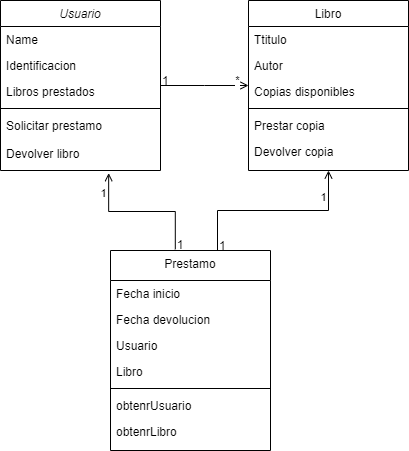
The draw.io diagram Biblioteca.drawio.png in AgustinaFontana/1prueba, before a commit. Source tidied: cells renumbered, new cells last; positions are measured from the earlier drawing's top-left corner, leaving out a move shared by most shapes.
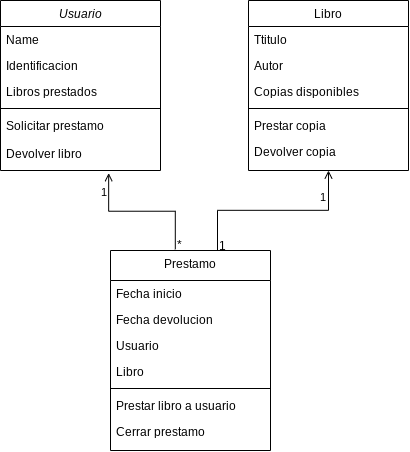
Later version of the same file.

The edit, as a diff of the source:
```diff
@@ -41,12 +41,12 @@
     <mxCell id="14" style="line;html=1;strokeWidth=1;align=left;verticalAlign=middle;spacingTop=-1;spacingLeft=3;spacingRight=3;labelPosition=right;" parent="9" vertex="1">
       <mxGeometry y="134" width="160" height="8" as="geometry" />
     </mxCell>
-    <mxCell id="15" value="obtenrUsuario" style="text;align=left;verticalAlign=top;spacingLeft=4;spacingRight=4;overflow=hidden;rounded=0;shadow=0;html=0;" parent="9" vertex="1">
-      <mxGeometry y="142" width="160" height="26" as="geometry" />
-    </mxCell>
-    <mxCell id="16" value="obtenrLibro" style="text;align=left;verticalAlign=top;spacingLeft=4;spacingRight=4;overflow=hidden;rounded=0;shadow=0;html=0;" parent="9" vertex="1">
-      <mxGeometry y="168" width="160" height="26" as="geometry" />
+    <mxCell id="16" value="Prestar libro a usuario" style="text;align=left;verticalAlign=top;spacingLeft=4;spacingRight=4;overflow=hidden;rounded=0;shadow=0;html=0;" parent="9" vertex="1">
+      <mxGeometry y="142" width="160" height="26" as="geometry" />
     </mxCell>
+    <mxCell id="33" value="Cerrar prestamo" style="text;align=left;verticalAlign=top;spacingLeft=4;spacingRight=4;overflow=hidden;rounded=0;shadow=0;html=0;" parent="9" vertex="1">
+      <mxGeometry y="168" width="160" height="30" as="geometry" />
+    </mxCell>
     <mxCell id="17" value="Libro" style="swimlane;fontStyle=0;align=center;verticalAlign=top;horizontal=1;startSize=26;rounded=0;shadow=0;strokeWidth=1;" parent="1" vertex="1">
       <mxGeometry x="248" width="160" height="170" as="geometry" />
     </mxCell>
@@ -68,25 +68,12 @@
     <mxCell id="23" value="Devolver copia" style="text;align=left;verticalAlign=top;spacingLeft=4;spacingRight=4;overflow=hidden;" parent="17" vertex="1">
       <mxGeometry y="138" width="160" height="26" as="geometry" />
     </mxCell>
-    <mxCell id="24" style="endArrow=open;shadow=0;strokeWidth=1;rounded=0;endFill=1;edgeStyle=elbowEdgeStyle;elbow=vertical;" parent="1" edge="1" source="2" target="17">
-      <mxGeometry x="0.5" y="41" relative="1" as="geometry">
-        <mxPoint x="-40" y="32" as="offset" />
-      </mxGeometry>
-    </mxCell>
-    <mxCell id="25" value="1" style="align=left;verticalAlign=bottom;labelBackgroundColor=none;fontSize=12;" parent="24" vertex="1">
-      <mxGeometry x="-1" relative="1" as="geometry">
-        <mxPoint y="4" as="offset" />
-      </mxGeometry>
-    </mxCell>
-    <mxCell id="26" value="*" style="edgeLabel;html=1;align=center;verticalAlign=middle;" parent="24" vertex="1">
-      <mxGeometry x="0.73" y="6" relative="1" as="geometry" />
-    </mxCell>
     <mxCell id="27" style="endArrow=open;shadow=0;strokeWidth=1;rounded=0;endFill=1;edgeStyle=elbowEdgeStyle;elbow=vertical;entryX=0.676;entryY=1.167;entryDx=0;entryDy=0;entryPerimeter=0;exitX=0.405;exitY=-0.006;exitDx=0;exitDy=0;exitPerimeter=0;" parent="1" edge="1" source="9" target="8">
       <mxGeometry x="0.5" y="41" relative="1" as="geometry">
         <mxPoint x="-40" y="32" as="offset" />
       </mxGeometry>
     </mxCell>
-    <mxCell id="28" value="1" style="align=left;verticalAlign=bottom;labelBackgroundColor=none;fontSize=12;" parent="27" vertex="1">
+    <mxCell id="28" value="*" style="align=left;verticalAlign=bottom;labelBackgroundColor=none;fontSize=12;" parent="27" vertex="1">
       <mxGeometry x="-1" relative="1" as="geometry">
         <mxPoint y="4" as="offset" />
       </mxGeometry>
```
